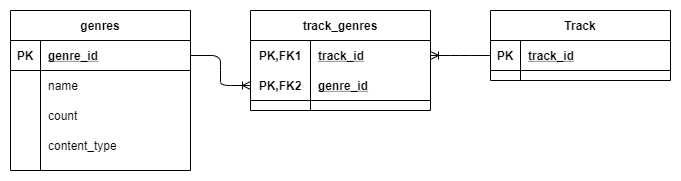
RomainCtl/RecoFinement keeps this draw.io diagram as docs/assets/images/Recofinement_content_genres.png. Above is the earlier version. Source tidied: cells renumbered, new cells last; positions are measured from the earlier drawing's top-left corner, leaving out a move shared by most shapes.
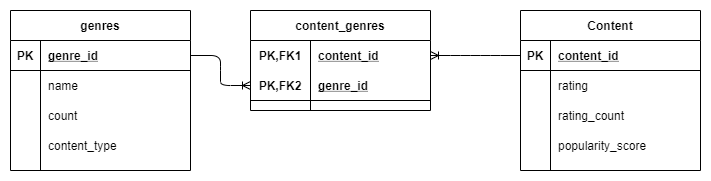
After the change.

The edit, as a diff of the source:
```diff
@@ -41,19 +41,7 @@
     <mxCell id="14" value="content_type" style="shape=partialRectangle;fillColor=none;top=0;left=0;bottom=0;right=0;align=left;spacingLeft=6;overflow=hidden;" parent="12" vertex="1">
       <mxGeometry x="30" width="150" height="30" as="geometry" />
     </mxCell>
-    <mxCell id="15" value="Track" style="shape=table;startSize=30;rowLines=0;fontStyle=1;align=center;" parent="1" vertex="1">
-      <mxGeometry x="480" width="180" height="70" as="geometry" />
-    </mxCell>
-    <mxCell id="16" style="shape=partialRectangle;fillColor=none;top=0;left=0;bottom=1;right=0;points=[[0,0.5],[1,0.5]];portConstraint=eastwest;" parent="15" vertex="1">
-      <mxGeometry y="30" width="180" height="30" as="geometry" />
-    </mxCell>
-    <mxCell id="17" value="PK" style="shape=partialRectangle;fillColor=none;top=0;left=0;bottom=0;right=0;fontStyle=1;overflow=hidden;" parent="16" vertex="1">
-      <mxGeometry width="30" height="30" as="geometry" />
-    </mxCell>
-    <mxCell id="18" value="track_id" style="shape=partialRectangle;fillColor=none;top=0;left=0;bottom=0;right=0;align=left;spacingLeft=6;fontStyle=5;overflow=hidden;" parent="16" vertex="1">
-      <mxGeometry x="30" width="150" height="30" as="geometry" />
-    </mxCell>
-    <mxCell id="19" value="track_genres" style="shape=table;startSize=30;rowLines=0;fontStyle=1;align=center;" parent="1" vertex="1">
+    <mxCell id="19" value="content_genres" style="shape=table;startSize=30;rowLines=0;fontStyle=1;align=center;" parent="1" vertex="1">
       <mxGeometry x="240" width="180" height="100" as="geometry" />
     </mxCell>
     <mxCell id="20" style="shape=partialRectangle;fillColor=none;top=0;left=0;bottom=0;right=0;points=[[0,0.5],[1,0.5]];portConstraint=eastwest;" parent="19" vertex="1">
@@ -62,7 +50,7 @@
     <mxCell id="21" value="PK,FK1" style="shape=partialRectangle;fillColor=none;top=0;left=0;bottom=0;right=0;fontStyle=1;overflow=hidden;" parent="20" vertex="1">
       <mxGeometry width="60" height="30" as="geometry" />
     </mxCell>
-    <mxCell id="22" value="track_id" style="shape=partialRectangle;fillColor=none;top=0;left=0;bottom=0;right=0;align=left;spacingLeft=6;fontStyle=5;overflow=hidden;" parent="20" vertex="1">
+    <mxCell id="22" value="content_id" style="shape=partialRectangle;fillColor=none;top=0;left=0;bottom=0;right=0;align=left;spacingLeft=6;fontStyle=5;overflow=hidden;" parent="20" vertex="1">
       <mxGeometry x="60" width="120" height="30" as="geometry" />
     </mxCell>
     <mxCell id="23" style="shape=partialRectangle;fillColor=none;top=0;left=0;bottom=1;right=0;points=[[0,0.5],[1,0.5]];portConstraint=eastwest;" parent="19" vertex="1">
@@ -80,5 +68,44 @@
     <mxCell id="27" style="edgeStyle=entityRelationEdgeStyle;fontSize=12;html=1;endArrow=ERoneToMany;" parent="1" edge="1" source="16" target="20">
       <mxGeometry relative="1" as="geometry" />
     </mxCell>
+    <mxCell id="28" value="Content" style="shape=table;startSize=30;rowLines=0;fontStyle=1;align=center;" parent="1" vertex="1">
+      <mxGeometry x="510" width="180" height="160" as="geometry" />
+    </mxCell>
+    <mxCell id="16" style="shape=partialRectangle;fillColor=none;top=0;left=0;bottom=1;right=0;points=[[0,0.5],[1,0.5]];portConstraint=eastwest;" parent="28" vertex="1">
+      <mxGeometry y="30" width="180" height="30" as="geometry" />
+    </mxCell>
+    <mxCell id="17" value="PK" style="shape=partialRectangle;fillColor=none;top=0;left=0;bottom=0;right=0;fontStyle=1;overflow=hidden;" parent="16" vertex="1">
+      <mxGeometry width="30" height="30" as="geometry" />
+    </mxCell>
+    <mxCell id="29" value="content_id" style="shape=partialRectangle;fillColor=none;top=0;left=0;bottom=0;right=0;align=left;spacingLeft=6;fontStyle=5;overflow=hidden;" parent="16" vertex="1">
+      <mxGeometry x="30" width="150" height="30" as="geometry" />
+    </mxCell>
+    <mxCell id="30" style="shape=partialRectangle;fillColor=none;top=0;left=0;bottom=0;right=0;" parent="28" vertex="1">
+      <mxGeometry y="60" width="180" height="30" as="geometry" />
+    </mxCell>
+    <mxCell id="31" style="shape=partialRectangle;fillColor=none;top=0;left=0;bottom=0;right=0;overflow=hidden;" parent="30" vertex="1">
+      <mxGeometry width="30" height="30" as="geometry" />
+    </mxCell>
+    <mxCell id="32" value="rating" style="shape=partialRectangle;fillColor=none;top=0;left=0;bottom=0;right=0;align=left;spacingLeft=6;overflow=hidden;" parent="30" vertex="1">
+      <mxGeometry x="30" width="150" height="30" as="geometry" />
+    </mxCell>
+    <mxCell id="33" style="shape=partialRectangle;fillColor=none;top=0;left=0;bottom=0;right=0;" parent="28" vertex="1">
+      <mxGeometry y="90" width="180" height="30" as="geometry" />
+    </mxCell>
+    <mxCell id="34" style="shape=partialRectangle;fillColor=none;top=0;left=0;bottom=0;right=0;overflow=hidden;" parent="33" vertex="1">
+      <mxGeometry width="30" height="30" as="geometry" />
+    </mxCell>
+    <mxCell id="35" value="rating_count" style="shape=partialRectangle;fillColor=none;top=0;left=0;bottom=0;right=0;align=left;spacingLeft=6;overflow=hidden;" parent="33" vertex="1">
+      <mxGeometry x="30" width="150" height="30" as="geometry" />
+    </mxCell>
+    <mxCell id="36" style="shape=partialRectangle;fillColor=none;top=0;left=0;bottom=0;right=0;" parent="28" vertex="1">
+      <mxGeometry y="120" width="180" height="30" as="geometry" />
+    </mxCell>
+    <mxCell id="37" style="shape=partialRectangle;fillColor=none;top=0;left=0;bottom=0;right=0;overflow=hidden;" parent="36" vertex="1">
+      <mxGeometry width="30" height="30" as="geometry" />
+    </mxCell>
+    <mxCell id="38" value="popularity_score" style="shape=partialRectangle;fillColor=none;top=0;left=0;bottom=0;right=0;align=left;spacingLeft=6;overflow=hidden;" parent="36" vertex="1">
+      <mxGeometry x="30" width="150" height="30" as="geometry" />
+    </mxCell>
   </root>
 </mxGraphModel>
```
